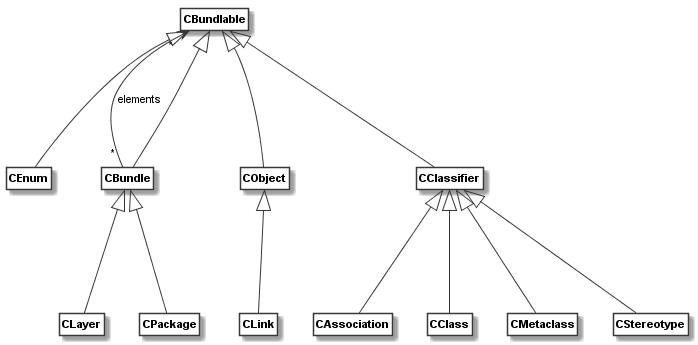
This is docs/_images/bundles_model.png from uzdun/CodeableModels, a PlantUML export, as it was before one commit. Source of this version:
```plantuml
@startuml
skinparam monochrome true
skinparam ClassBackgroundColor White
hide empty members
hide circle
skinparam defaultFontName Arial
skinparam defaultFontSize 11
skinparam classfontstyle bold
class "CBundlable" as __1_CBundlable
class "CBundle" as __2_CBundle
class "CEnum" as __3_CEnum
class "CObject" as __4_CObject
class "CClassifier" as __5_CClassifier
class "CClass" as __6_CClass
class "CMetaclass" as __7_CMetaclass
class "CStereotype" as __8_CStereotype
class "CAssociation" as __9_CAssociation
class "CLink" as __10_CLink
class "CPackage" as __11_CPackage
class "CLayer" as __12_CLayer
__1_CBundlable <|--- __5_CClassifier
__1_CBundlable <|--- __2_CBundle
__1_CBundlable <|--- __3_CEnum
__1_CBundlable <|--- __4_CObject
__2_CBundle <|--- __12_CLayer
__2_CBundle <|--- __11_CPackage
__4_CObject <|--- __10_CLink
__5_CClassifier <|--- __6_CClass
__5_CClassifier <|--- __9_CAssociation
__5_CClassifier <|--- __7_CMetaclass
__5_CClassifier <|--- __8_CStereotype
__2_CBundle " * "  -->  " * " __1_CBundlable: "elements"
@enduml
```
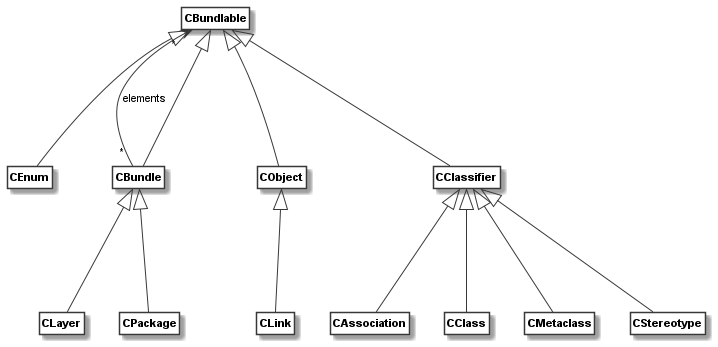
After the change.

What changed in the source:
```diff
@@ -5,19 +5,18 @@
 hide circle
 skinparam defaultFontName Arial
 skinparam defaultFontSize 11
-skinparam classfontstyle bold
-class "CBundlable" as __1_CBundlable
-class "CBundle" as __2_CBundle
-class "CEnum" as __3_CEnum
-class "CObject" as __4_CObject
-class "CClassifier" as __5_CClassifier
-class "CClass" as __6_CClass
-class "CMetaclass" as __7_CMetaclass
-class "CStereotype" as __8_CStereotype
-class "CAssociation" as __9_CAssociation
-class "CLink" as __10_CLink
-class "CPackage" as __11_CPackage
-class "CLayer" as __12_CLayer
+class "<b>CBundlable</b>" as __1_CBundlable
+class "<b>CBundle</b>" as __2_CBundle
+class "<b>CEnum</b>" as __3_CEnum
+class "<b>CObject</b>" as __4_CObject
+class "<b>CClassifier</b>" as __5_CClassifier
+class "<b>CClass</b>" as __6_CClass
+class "<b>CMetaclass</b>" as __7_CMetaclass
+class "<b>CStereotype</b>" as __8_CStereotype
+class "<b>CAssociation</b>" as __9_CAssociation
+class "<b>CLink</b>" as __10_CLink
+class "<b>CPackage</b>" as __11_CPackage
+class "<b>CLayer</b>" as __12_CLayer
 __1_CBundlable <|--- __5_CClassifier
 __1_CBundlable <|--- __2_CBundle
 __1_CBundlable <|--- __3_CEnum
```
